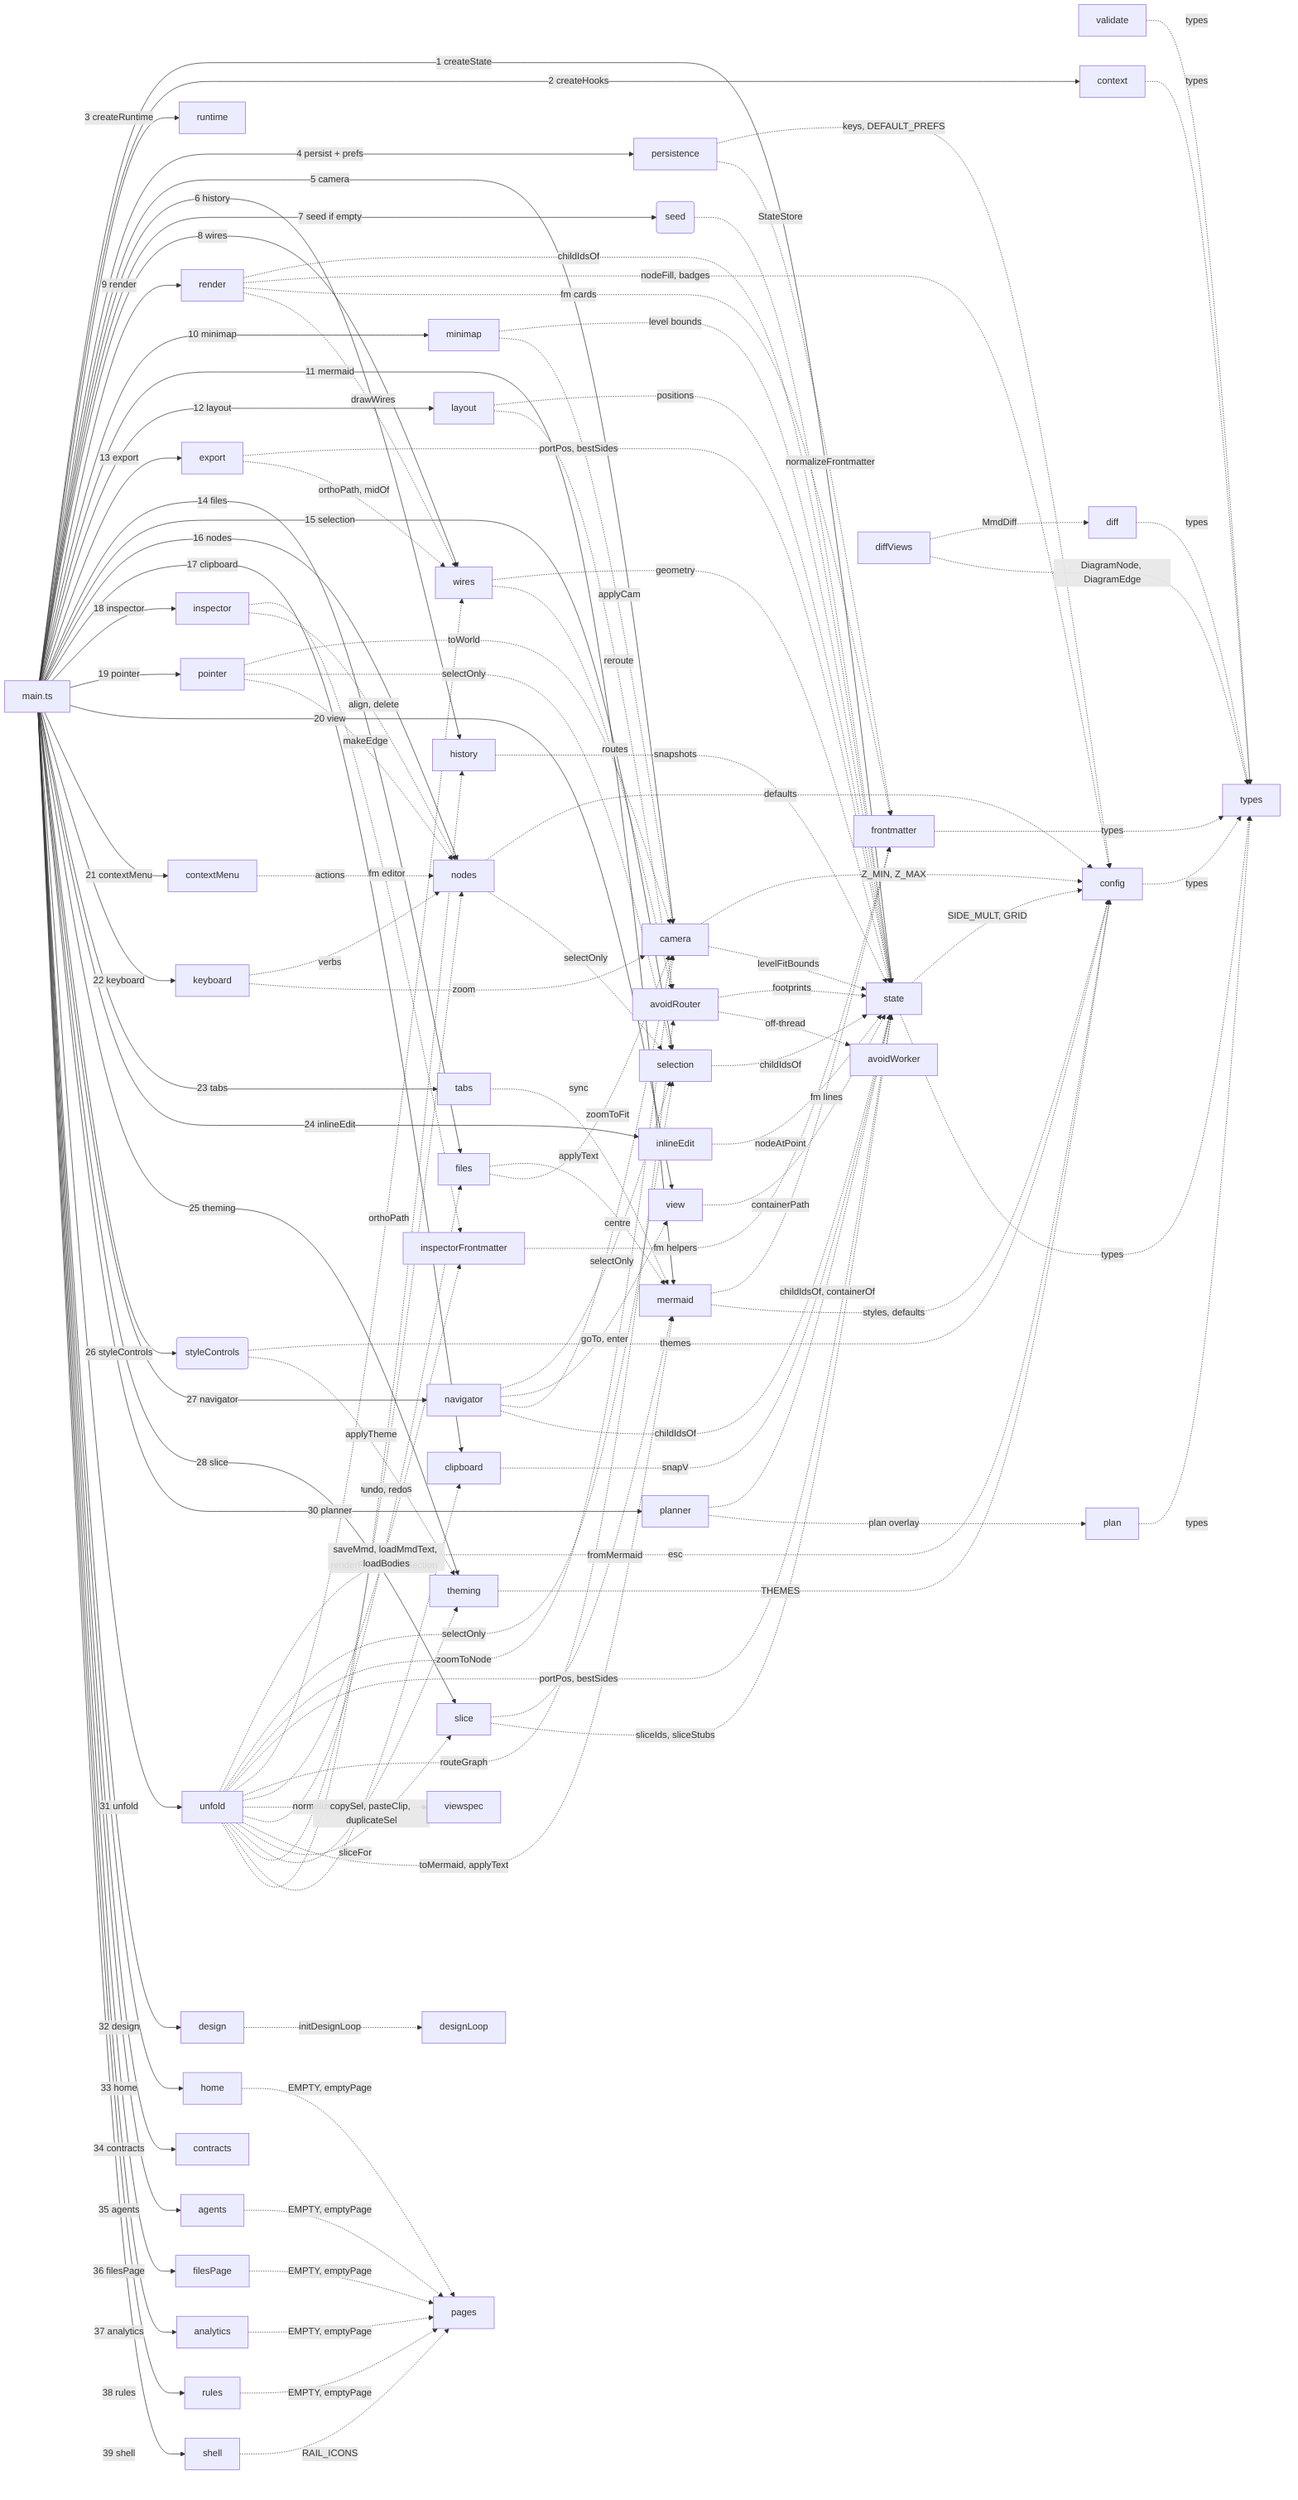
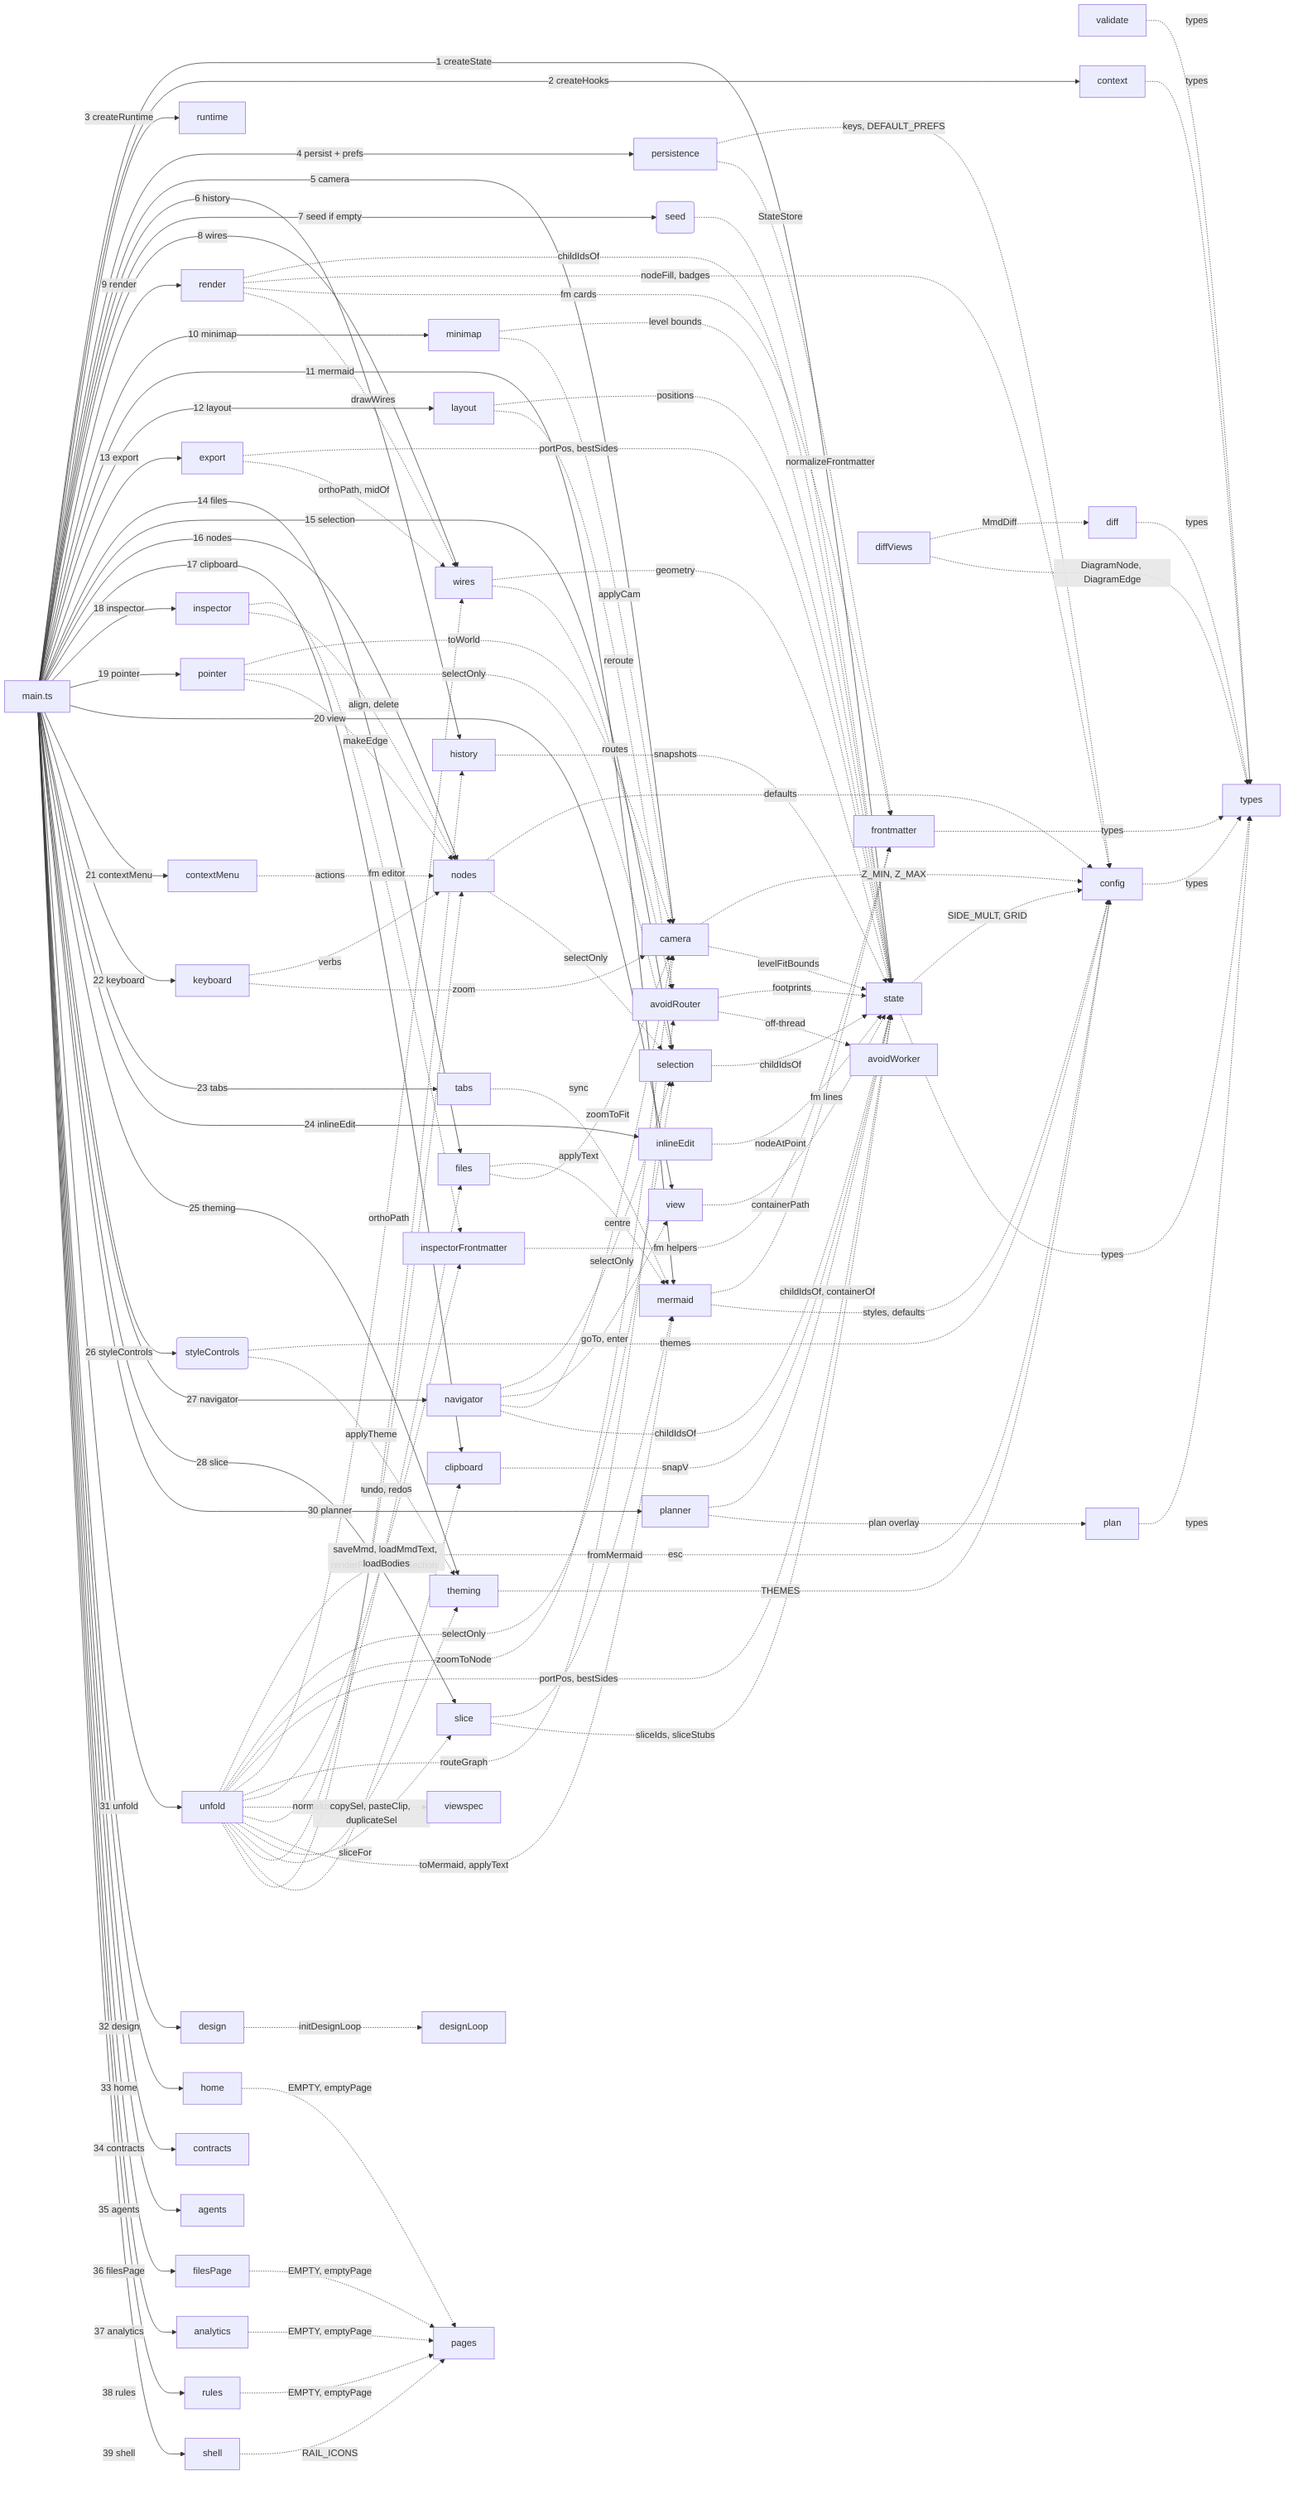
flowchart LR
%% root main

%% fm:meta main name=main
%% fm:meta main desc=composition root; builds AppContext, runs each initX in dependency order, wires hooks, boots
%% fm:meta state name=state
%% fm:meta state desc=the live diagram model (nodes, edges, selection, id counters) plus pure geometry + containment helpers
%% fm:meta frontmatter name=frontmatter
%% fm:meta frontmatter desc=per-node public-interface metadata; create, prune, serialize and parse to Mermaid %% lines
%% fm:meta validate name=validate
%% fm:meta validate desc=pure model integrity and serialize-parse round-trip checks; no DOM, types only
%% fm:meta history name=history
%% fm:meta history desc=bounded undo/redo stack of JSON model snapshots; restore writes back through hooks
%% fm:meta persistence name=persistence
%% fm:meta persistence desc=debounced autosave of model + camera to localStorage, plus load/save of Prefs
%% fm:meta camera name=camera
%% fm:meta camera desc=viewport pan and zoom transform; screen-to-world, applyCam, zoomAt, zoomToFit
%% fm:meta context name=context
%% fm:meta context desc=defines AppContext and the cross-module hook seam that breaks import cycles
%% fm:meta config name=config
%% fm:meta config desc=static lookup tables, palette, themes, fonts, zoom limits, storage keys plus tiny pure helpers
%% fm:meta types name=types
%% fm:meta types desc=shared domain types every module reads and writes; the vocabulary of the whole app
%% fm:meta runtime name=runtime
%% fm:meta runtime desc=tiny bag of transient interaction flags the render layer reads and interaction owns
%% fm:meta seed name=seed
%% fm:meta seed desc=first-run sample diagram, used only when there is no autosave to restore
%% fm:meta mermaid name=mermaid
%% fm:meta mermaid desc=two-way Mermaid text and model serializer/parser; the only module that knows the grammar
%% fm:meta layout name=layout
%% fm:meta layout desc=the Tidy automatic layered-tree layout; layers the spine and parks satellites
%% fm:meta exporter name=export
%% fm:meta exporter desc=build a standalone SVG from the model and export as a downloaded SVG or PNG
%% fm:meta files name=files
%% fm:meta files desc=save the diagram as a .mmd file and load a .mmd or bodies.json back in
%% fm:meta render name=render
%% fm:meta render desc=rebuild node DOM from the model each render; frontmatter cards, ports, drill affordance
%% fm:meta wires name=wires
%% fm:meta wires desc=draw all edges into the SVG layer plus the path geometry helpers reused by export
%% fm:meta avoidRouter name=avoidRouter
%% fm:meta avoidRouter desc=obstacle-avoiding orthogonal routing of reference edges via the libavoid WASM router
%% fm:meta minimap name=minimap
%% fm:meta minimap desc=paint the overview canvas and translate clicks and drags into camera moves
%% fm:meta avoidWorker name=avoidWorker
%% fm:meta avoidWorker desc=run the libavoid router in a dedicated worker so routing never blocks the main thread
%% fm:meta pointer name=pointer
%% fm:meta pointer desc=direct-manipulation on the canvas: drag, marquee, pan, resize, port-drag linking
%% fm:meta nodes name=nodes
%% fm:meta nodes desc=create/modify/destroy verbs on the model: addNode, makeEdge, deleteSelection, align, group
%% fm:meta selection name=selection
%% fm:meta selection desc=user-facing selection verbs that mutate sel then render and refresh the inspector
%% fm:meta clipboard name=clipboard
%% fm:meta clipboard desc=in-memory copy, paste with id remapping, and duplicate of the selection
%% fm:meta keyboard name=keyboard
%% fm:meta keyboard desc=global key and wheel handling: undo, clipboard, delete, nudge, quick-add, zoom, pan
%% fm:meta inlineEdit name=inlineEdit
%% fm:meta inlineEdit desc=double-click contenteditable label editing plus the dblclick drop-and-edit flow
%% fm:meta contextMenu name=contextMenu
%% fm:meta contextMenu desc=build and position the right-click menu with node or canvas actions
%% fm:meta view name=view
%% fm:meta view desc=own the current drill level and the verbs that change it, plus the breadcrumb
%% fm:meta inspector name=inspector
%% fm:meta inspector desc=render the right-hand property editor for a node, multi-selection, or an edge
%% fm:meta inspectorFrontmatter name=inspectorFrontmatter
%% fm:meta inspectorFrontmatter desc=render and wire the frontmatter editor for a single selected node
%% fm:meta tabs name=tabs
%% fm:meta tabs desc=switch the right panel between panes, collapse it, and show transient toasts
%% fm:meta styleControls name=styleControls
%% fm:meta styleControls desc=build and wire the Style tab: theme chips, font, toggles, routing select
%% fm:meta theming name=theming
%% fm:meta theming desc=translate prefs into live CSS variables and canvas state at runtime
%% fm:meta diff name=diff
%% fm:meta diff desc=compare two parsed models and compute the semantic delta: added, removed and changed nodes and edges
%% fm:meta navigator name=navigator
%% fm:meta navigator desc=searchable, filterable node list; click a row to drill, select and centre the camera
%% fm:meta slice name=slice
%% fm:meta slice desc=show a self-contained mmd of the selected node's neighbourhood, with a Copy button
%% fm:meta diffViews name=diffViews
%% fm:meta diffViews desc=four diff-view renderers (list, split, impact, ghost overlay) over a diffModels result; orphaned since diff-workspace.ts (their only caller) was deleted as dead code 2026-07-04 — exercised only by tools/buildspec/diff-views.test.mjs, kept for that test's F-16 canonical-suite guarantee
%% fm:meta plan name=plan
%% fm:meta plan desc=build-plan overlay model (pure): status/intent/phase changes keyed on real nodes/edges, plus blast-radius and coherence helpers
%% fm:meta planner name=planner
%% fm:meta planner desc=full-screen build-plan review surface: status overlay on the real map, tri-pane sync, accept/reject with dependency coherence, gated export to buildspec
%% fm:meta unfold name=unfold
%% fm:meta unfold desc=reading mode: full-screen folded view of ctx.state — containment roots only at arrival, unfold in place, opt-in layers (wires, desc, interfaces, metrics, colour, blast radius), browse tree, inspector with ctx.bodies source; the panel is a resizable, collapsible dock with tabs at the reveal strip on two rows (reveal · io · mermaid / slice · style); model verbs are hidden by default, revealed by selection — overlay-scoped keyboard shortcuts and a selection-only '⋯' actions menu (add/connect/duplicate/copy/paste/wrap/edit/edge ops/delete/clear/undo/redo), every verb gated by the pure ufVerbAllowed
%% fm:meta viewspec name=viewspec
%% fm:meta viewspec desc=the M3 ViewSpec contract (pure): one serializable spec object is the reading view — screen = render(spec); normalizer is the schema boundary, reducer is the only mutation path; also owns the M4 boot-surface contract (AppSurface, resolveBootSurface — read is the sticky default)
%% fm:meta shell name=shell
%% fm:meta shell desc=K3 IDE shell — left icon rail + hash router + page host; the Codebase route reveals the untouched editor, every other tab (design plus the 6 K-seam stubs) renders through its own injected renderX dep (SPEC_SHELL)
%% fm:meta pages name=pages
%% fm:meta pages desc=K3 IDE shell empty-state data + rail icon glyphs: EMPTY table, emptyPage factory, RAIL_ICONS (design has no row any more — K5 made it a real page; the other 6 rows are now each read by their own K-seam stub module instead of by shell.ts directly)
%% fm:meta design name=design
%% fm:meta design desc=K5 Design tab — outcome -> ONE question -> draft card (toggle-driven structural blocks) -> confirm -> hand-off to Contracts; design-model.ts's record + pure transitions, design-render.ts's DOM builders, design.ts's factory (SPEC_DESIGN.md)
%% fm:meta designLoop name=designLoop
%% fm:meta designLoop desc=K5.2 design loop — AI draft pair (contract json + pointer-stamped html projection) reviewed in a sandboxed frame: click → pointer → keep/change → sealed two-file outcome; design-loop.ts pure core + design-loop-render.ts surface, mounted by design.ts
%% fm:meta home name=home
%% fm:meta home desc=K-seam stub for K8 Home — thin initHome(ctx) factory rendering pages.ts's home empty-state row via emptyPage(); pre-wired so K8 owns src/ide/home.ts without touching main.ts/shell.ts/pages.ts again
%% fm:meta contracts name=contracts
%% fm:meta contracts desc=K4 Contracts tab — read-only initContracts(ctx) factory: index-first fetch of plan/packet/verdict artifacts, list render with DONE/needs-you grouping, in-page swap to the per-build certificate document (contracts-doc.ts); never invokes tooling, never mutates state
%% fm:meta agents name=agents
- %% fm:meta agents desc=K-seam stub for K6 Agents — thin initAgents(ctx) factory rendering pages.ts's agents empty-state row via emptyPage(); K6 replaces the render body with the real xterm.js-over-K2-bridge terminal
+ %% fm:meta agents desc=K6 Agents tab — initAgents(ctx) factory: heading + New chat + last-3 bridge-session list (fade/expand), in-place swap to the chat seam; pure stream cores (mdTokens/revealStep/eventLabel) pace and render calm chat output; talks to the dev-only vite agent bridge, never imports other modules
%% fm:meta filesPage name=filesPage
%% fm:meta filesPage desc=K-seam stub for K7 Files — thin initFilesPage(ctx) factory rendering pages.ts's files empty-state row via emptyPage(); also exports the RepoScope type-only placeholder other lanes may import ahead of K7
%% fm:meta analytics name=analytics
%% fm:meta analytics desc=K-seam stub for K10 Analytics — thin initAnalytics(ctx) factory rendering pages.ts's analytics empty-state row via emptyPage()
%% fm:meta rules name=rules
%% fm:meta rules desc=K-seam stub for K9 Rules — thin initRules(ctx) factory rendering pages.ts's rules empty-state row via emptyPage()

%% kind main module
%% kind state module
%% kind frontmatter module
%% kind validate module
%% kind history module
%% kind persistence module
%% kind camera module
%% kind context module
%% kind config module
%% kind types module
%% kind runtime module
%% kind seed function
%% kind mermaid module
%% kind layout module
%% kind exporter module
%% kind files module
%% kind render module
%% kind wires module
%% kind avoidRouter module
%% kind minimap module
%% kind avoidWorker module
%% kind pointer module
%% kind nodes module
%% kind selection module
%% kind clipboard module
%% kind keyboard module
%% kind inlineEdit module
%% kind contextMenu module
%% kind view module
%% kind inspector module
%% kind inspectorFrontmatter module
%% kind tabs module
%% kind styleControls function
%% kind theming module
%% kind diff module
%% kind navigator module
%% kind slice module
%% kind diffViews module
%% kind plan module
%% kind planner module
%% kind unfold module
%% kind viewspec module
%% kind shell module
%% kind pages module
%% kind design module
%% kind designLoop module
%% kind home module
%% kind contracts module
%% kind agents module
%% kind filesPage module
%% kind analytics module
%% kind rules module

  main["main.ts"]
  state["state"]
  frontmatter["frontmatter"]
  validate["validate"]
  history["history"]
  persistence["persistence"]
  camera["camera"]
  context["context"]
  config["config"]
  types["types"]
  runtime["runtime"]
  seed("seed")
  mermaid["mermaid"]
  layout["layout"]
  exporter["export"]
  files["files"]
  render["render"]
  wires["wires"]
  avoidRouter["avoidRouter"]
  minimap["minimap"]
  avoidWorker["avoidWorker"]
  pointer["pointer"]
  nodes["nodes"]
  selection["selection"]
  clipboard["clipboard"]
  keyboard["keyboard"]
  inlineEdit["inlineEdit"]
  contextMenu["contextMenu"]
  view["view"]
  inspector["inspector"]
  inspectorFrontmatter["inspectorFrontmatter"]
  tabs["tabs"]
  styleControls("styleControls")
  theming["theming"]
  diff["diff"]
  navigator["navigator"]
  slice["slice"]
  diffViews["diffViews"]
  plan["plan"]
  planner["planner"]
  unfold["unfold"]
  viewspec["viewspec"]
  shell["shell"]
  pages["pages"]
  design["design"]
  designLoop["designLoop"]
  home["home"]
  contracts["contracts"]
  agents["agents"]
  filesPage["filesPage"]
  analytics["analytics"]
  rules["rules"]

  main -->|1 createState| state
  main -->|2 createHooks| context
  main -->|3 createRuntime| runtime
  main -->|4 persist + prefs| persistence
  main -->|5 camera| camera
  main -->|6 history| history
  main -->|7 seed if empty| seed
  main -->|8 wires| wires
  main -->|9 render| render
  main -->|10 minimap| minimap
  main -->|11 mermaid| mermaid
  main -->|12 layout| layout
  main -->|13 export| exporter
  main -->|14 files| files
  main -->|15 selection| selection
  main -->|16 nodes| nodes
  main -->|17 clipboard| clipboard
  main -->|18 inspector| inspector
  main -->|19 pointer| pointer
  main -->|20 view| view
  main -->|21 contextMenu| contextMenu
  main -->|22 keyboard| keyboard
  main -->|23 tabs| tabs
  main -->|24 inlineEdit| inlineEdit
  main -->|25 theming| theming
  main -->|26 styleControls| styleControls
  config -.->|types| types
  state -.->|SIDE_MULT, GRID| config
  state -.->|types| types
  camera -.->|Z_MIN, Z_MAX| config
  camera -.->|levelFitBounds| state
  persistence -.->|keys, DEFAULT_PREFS| config
  persistence -.->|normalizeFrontmatter| frontmatter
  history -.->|snapshots| state
  frontmatter -.->|types| types
  validate -.->|types| types
  seed -.->|StateStore| state
  context -.->|types| types
  render -.->|childIdsOf| state
  render -.->|nodeFill, badges| config
  render -.->|fm cards| frontmatter
  render -.->|drawWires| wires
  wires -.->|geometry| state
  wires -.->|routes| avoidRouter
  avoidRouter -.->|footprints| state
  avoidRouter -.->|off-thread| avoidWorker
  layout -.->|positions| state
  layout -.->|reroute| avoidRouter
  minimap -.->|level bounds| state
  minimap -.->|applyCam| camera
  mermaid -.->|fm lines| frontmatter
  mermaid -.->|styles, defaults| config
  exporter -.->|portPos, bestSides| state
  exporter -.->|orthoPath, midOf| wires
  files -.->|applyText| mermaid
  files -.->|zoomToFit| camera
  pointer -.->|toWorld| camera
  pointer -.->|selectOnly| selection
  pointer -.->|makeEdge| nodes
  nodes -.->|defaults| config
  nodes -.->|selectOnly| selection
  selection -.->|childIdsOf| state
  clipboard -.->|snapV| state
  keyboard -.->|verbs| nodes
  keyboard -.->|zoom| camera
  inlineEdit -.->|nodeAtPoint| state
  contextMenu -.->|actions| nodes
  view -.->|containerPath| state
  inspector -.->|fm editor| inspectorFrontmatter
  inspector -.->|align, delete| nodes
  inspectorFrontmatter -.->|fm helpers| frontmatter
  tabs -.->|sync| mermaid
  styleControls -.->|themes| config
  styleControls -.->|applyTheme| theming
  theming -.->|THEMES| config
  main -->|27 navigator| navigator
  main -->|28 slice| slice
  diff -.->|types| types
  diffViews -.->|MmdDiff| diff
  diffViews -.->|DiagramNode, DiagramEdge| types
  navigator -.->|selectOnly| selection
  navigator -.->|goTo, enter| view
  navigator -.->|centre| camera
  navigator -.->|childIdsOf| state
  slice -.->|fromMermaid| mermaid
  slice -.->|sliceIds, sliceStubs| state
  main -->|30 planner| planner
  main -->|31 unfold| unfold
  plan -.->|types| types
  planner -.->|childIdsOf, containerOf| state
  planner -.->|plan overlay| plan
  unfold -.->|esc| config
  unfold -.->|selectOnly| selection
  unfold -.->|zoomToNode| camera
  unfold -.->|portPos, bestSides| state
  unfold -.->|orthoPath| wires
  unfold -.->|routeGraph| avoidRouter
  unfold -.->|renderFrontmatterSection| inspectorFrontmatter
  unfold -.->|normalize, reduce| viewspec
  unfold -.->|saveMmd, loadMmdText, loadBodies| files
  unfold -.->|toMermaid, applyText| mermaid
  unfold -.->|sliceFor| slice
  unfold -.->|applyFont| theming
  unfold -.->|model verbs| nodes
  unfold -.->|copySel, pasteClip, duplicateSel| clipboard
  unfold -.->|undo, redo| history
  main -->|32 design| design
  main -->|33 home| home
  main -->|34 contracts| contracts
  main -->|35 agents| agents
  main -->|36 filesPage| filesPage
  main -->|37 analytics| analytics
  main -->|38 rules| rules
  main -->|39 shell| shell
  design -.->|initDesignLoop| designLoop
  shell -.->|RAIL_ICONS| pages
  home -.->|EMPTY, emptyPage| pages
-   agents -.->|EMPTY, emptyPage| pages
  filesPage -.->|EMPTY, emptyPage| pages
  analytics -.->|EMPTY, emptyPage| pages
  rules -.->|EMPTY, emptyPage| pages

%% ---- reading-mode grouping (%% group dialect directive) ----
%% Promoted from sandbox/unfold/hierarchy.json: the curated responsibility
%% grouping ABOVE modules. No geometry; the canvas ignores it; the unfold
%% surface folds to these regions and stages/aggregates by them.
%% group g_editor "Editor"
%% group g_canvas "Canvas" parent g_editor
%% group g_render_view "Rendering & viewport" parent g_canvas
%% group g_layout_routing "Layout & routing" parent g_canvas
%% group g_direct_manip "Direct manipulation" parent g_canvas
%% group g_side_panels "Side panels" parent g_editor
%% group g_reading "Reading mode" parent g_editor
%% group g_domain "Domain model"
%% group g_core_model "Core model & config" parent g_domain
%% group g_node_meta "Node metadata" parent g_domain
%% group g_history "History & first-run" parent g_domain
%% group g_review "Review & planning"
%% group g_io "Persistence & IO"
%% group g_orchestration "Orchestration"
%% group-member g_render_view render
%% group-member g_render_view wires
%% group-member g_render_view camera
%% group-member g_render_view minimap
%% group-member g_render_view theming
%% group-member g_layout_routing layout
%% group-member g_layout_routing avoidRouter
%% group-member g_layout_routing avoidWorker
%% group-member g_direct_manip pointer
%% group-member g_direct_manip nodes
%% group-member g_direct_manip selection
%% group-member g_direct_manip clipboard
%% group-member g_direct_manip inlineEdit
%% group-member g_direct_manip keyboard
%% group-member g_direct_manip contextMenu
%% group-member g_direct_manip view
%% group-member g_side_panels inspector
%% group-member g_side_panels inspectorFrontmatter
%% group-member g_side_panels tabs
%% group-member g_side_panels styleControls
%% group-member g_side_panels navigator
%% group-member g_side_panels slice
%% group-member g_reading unfold
%% group-member g_reading viewspec
%% group-member g_core_model state
%% group-member g_core_model types
%% group-member g_core_model config
%% group-member g_core_model runtime
%% group-member g_node_meta frontmatter
%% group-member g_node_meta validate
%% group-member g_history history
%% group-member g_history seed
%% group-member g_review diff
%% group-member g_review diffViews
%% group-member g_review plan
%% group-member g_review planner
%% group-member g_io mermaid
%% group-member g_io files
%% group-member g_io persistence
%% group-member g_io exporter
%% group-member g_orchestration main
%% group-member g_orchestration context
